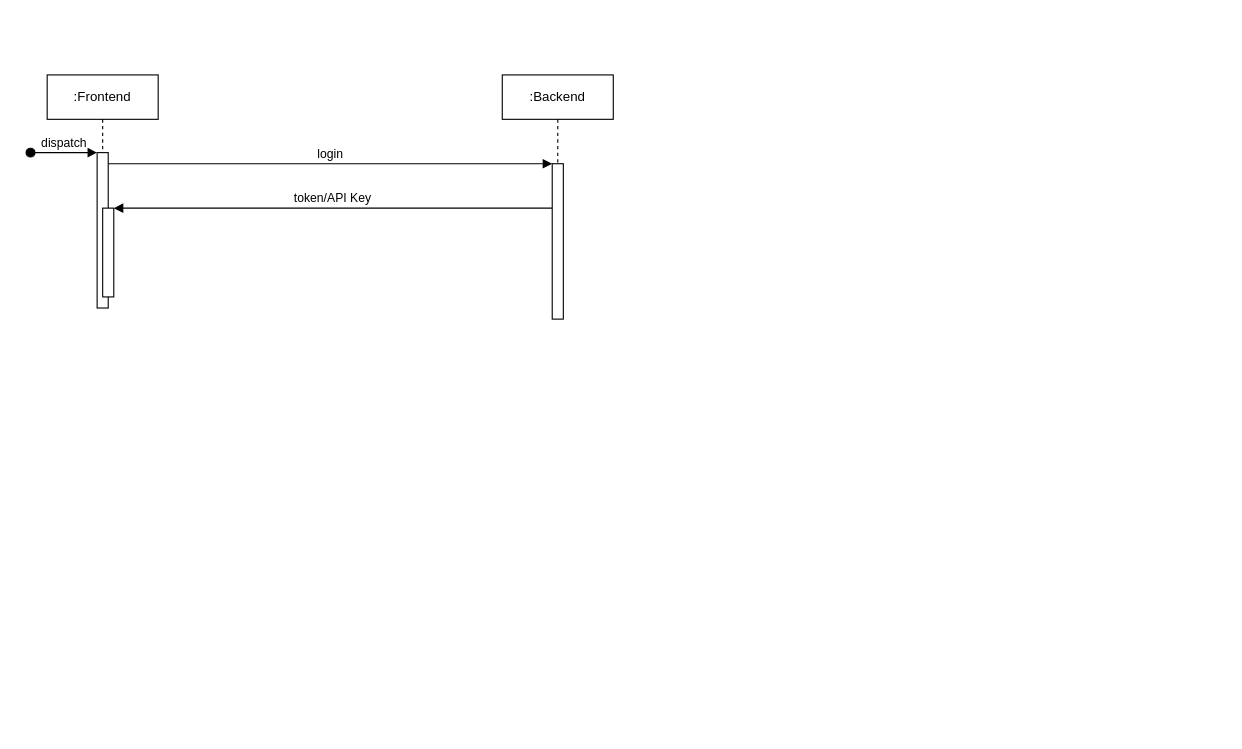
The draw.io diagram public/Untitled Diagram.drawio in davydocsurg/onemart, before the edit. Source tidied: cells renumbered, new cells numbered last; positions are measured from the earlier drawing's top-left corner, leaving out a move shared by most shapes. Both pictures are drawn from the tidied source at 111%, with x=0, y=0 at pixel (30, 74).
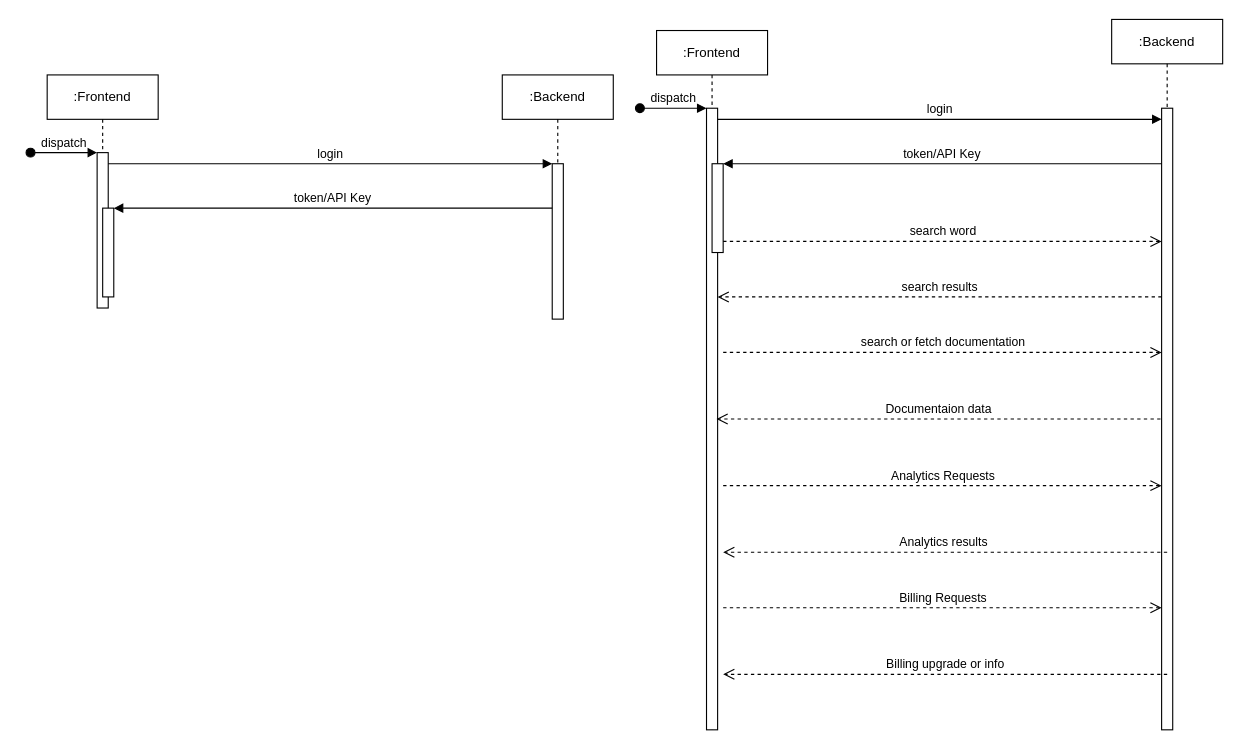
After the change.

Diff of the diagram source:
```diff
@@
+    <mxCell id="10" value=":Frontend" style="shape=umlLifeline;perimeter=lifelinePerimeter;whiteSpace=wrap;html=1;newEdgeStyle={&quot;edgeStyle&quot;:&quot;elbowEdgeStyle&quot;,&quot;elbow&quot;:&quot;vertical&quot;,&quot;curved&quot;:0,&quot;rounded&quot;:0};" parent="1" vertex="1">
+      <mxGeometry x="564" y="-40" width="100" height="630" as="geometry" />
+    </mxCell>
+    <mxCell id="11" style="html=1;points=[];perimeter=orthogonalPerimeter;outlineConnect=0;targetShapes=umlLifeline;portConstraint=eastwest;newEdgeStyle={&quot;edgeStyle&quot;:&quot;elbowEdgeStyle&quot;,&quot;elbow&quot;:&quot;vertical&quot;,&quot;curved&quot;:0,&quot;rounded&quot;:0};" parent="10" vertex="1">
+      <mxGeometry x="45" y="70" width="10" height="560" as="geometry" />
+    </mxCell>
+    <mxCell id="12" value="dispatch" style="html=1;verticalAlign=bottom;startArrow=oval;endArrow=block;startSize=8;edgeStyle=elbowEdgeStyle;elbow=vertical;curved=0;rounded=0;" parent="10" edge="1" target="11">
+      <mxGeometry relative="1" as="geometry">
+        <mxPoint x="-15" y="70" as="sourcePoint" />
+      </mxGeometry>
+    </mxCell>
+    <mxCell id="13" style="html=1;points=[];perimeter=orthogonalPerimeter;outlineConnect=0;targetShapes=umlLifeline;portConstraint=eastwest;newEdgeStyle={&quot;edgeStyle&quot;:&quot;elbowEdgeStyle&quot;,&quot;elbow&quot;:&quot;vertical&quot;,&quot;curved&quot;:0,&quot;rounded&quot;:0};" parent="10" vertex="1">
+      <mxGeometry x="50" y="120" width="10" height="80" as="geometry" />
+    </mxCell>
+    <mxCell id="14" value=":Backend" style="shape=umlLifeline;perimeter=lifelinePerimeter;whiteSpace=wrap;html=1;newEdgeStyle={&quot;edgeStyle&quot;:&quot;elbowEdgeStyle&quot;,&quot;elbow&quot;:&quot;vertical&quot;,&quot;curved&quot;:0,&quot;rounded&quot;:0};" parent="1" vertex="1">
+      <mxGeometry x="974" y="-50" width="100" height="640" as="geometry" />
+    </mxCell>
+    <mxCell id="15" style="html=1;points=[];perimeter=orthogonalPerimeter;outlineConnect=0;targetShapes=umlLifeline;portConstraint=eastwest;newEdgeStyle={&quot;edgeStyle&quot;:&quot;elbowEdgeStyle&quot;,&quot;elbow&quot;:&quot;vertical&quot;,&quot;curved&quot;:0,&quot;rounded&quot;:0};" parent="14" vertex="1">
+      <mxGeometry x="45" y="80" width="10" height="560" as="geometry" />
+    </mxCell>
+    <mxCell id="16" value="login" style="html=1;verticalAlign=bottom;endArrow=block;edgeStyle=elbowEdgeStyle;elbow=vertical;curved=0;rounded=0;" parent="1" edge="1" source="11" target="15">
+      <mxGeometry relative="1" as="geometry">
+        <Array as="points">
+          <mxPoint x="704" y="40" />
+        </Array>
+      </mxGeometry>
+    </mxCell>
+    <mxCell id="17" value="search results" style="html=1;verticalAlign=bottom;endArrow=open;dashed=1;endSize=8;edgeStyle=elbowEdgeStyle;elbow=vertical;curved=0;rounded=0;" parent="1" edge="1" source="15" target="11">
+      <mxGeometry relative="1" as="geometry">
+        <Array as="points">
+          <mxPoint x="714" y="200" />
+        </Array>
+      </mxGeometry>
+    </mxCell>
+    <mxCell id="18" value="token/API Key" style="html=1;verticalAlign=bottom;endArrow=block;edgeStyle=elbowEdgeStyle;elbow=horizontal;curved=0;rounded=0;" parent="1" edge="1" source="15" target="13">
+      <mxGeometry relative="1" as="geometry">
+        <Array as="points">
+          <mxPoint x="714" y="80" />
+        </Array>
+      </mxGeometry>
+    </mxCell>
+    <mxCell id="19" value="search word" style="html=1;verticalAlign=bottom;endArrow=open;dashed=1;endSize=8;edgeStyle=elbowEdgeStyle;elbow=vertical;curved=0;rounded=0;" parent="1" edge="1" source="13" target="15">
+      <mxGeometry relative="1" as="geometry">
+        <Array as="points">
+          <mxPoint x="704" y="150" />
+        </Array>
+      </mxGeometry>
+    </mxCell>
+    <mxCell id="20" value="search or fetch documentation" style="html=1;verticalAlign=bottom;endArrow=open;dashed=1;endSize=8;edgeStyle=elbowEdgeStyle;elbow=vertical;curved=0;rounded=0;" parent="1" edge="1">
+      <mxGeometry relative="1" as="geometry">
+        <mxPoint x="624" y="250" as="sourcePoint" />
+        <mxPoint x="1019" y="250" as="targetPoint" />
+        <Array as="points">
+          <mxPoint x="704" y="250" />
+        </Array>
+      </mxGeometry>
+    </mxCell>
+    <mxCell id="21" value="Documentaion data" style="html=1;verticalAlign=bottom;endArrow=open;dashed=1;endSize=8;edgeStyle=elbowEdgeStyle;elbow=vertical;curved=0;rounded=0;" parent="1" edge="1">
+      <mxGeometry relative="1" as="geometry">
+        <mxPoint x="1018" y="310" as="sourcePoint" />
+        <mxPoint x="618" y="310" as="targetPoint" />
+        <Array as="points">
+          <mxPoint x="713" y="310" />
+        </Array>
+      </mxGeometry>
+    </mxCell>
+    <mxCell id="22" value="Analytics Requests" style="html=1;verticalAlign=bottom;endArrow=open;dashed=1;endSize=8;edgeStyle=elbowEdgeStyle;elbow=vertical;curved=0;rounded=0;" parent="1" edge="1">
+      <mxGeometry relative="1" as="geometry">
+        <mxPoint x="624" y="370" as="sourcePoint" />
+        <mxPoint x="1019" y="370" as="targetPoint" />
+        <Array as="points">
+          <mxPoint x="704" y="370" />
+        </Array>
+      </mxGeometry>
+    </mxCell>
+    <mxCell id="23" value="Analytics results&amp;nbsp;" style="html=1;verticalAlign=bottom;endArrow=open;dashed=1;endSize=8;edgeStyle=elbowEdgeStyle;elbow=vertical;curved=0;rounded=0;" parent="1" edge="1">
+      <mxGeometry relative="1" as="geometry">
+        <mxPoint x="1024" y="430" as="sourcePoint" />
+        <mxPoint x="624" y="430" as="targetPoint" />
+        <Array as="points">
+          <mxPoint x="719" y="430" />
+        </Array>
+      </mxGeometry>
+    </mxCell>
+    <mxCell id="24" value="Billing Requests" style="html=1;verticalAlign=bottom;endArrow=open;dashed=1;endSize=8;edgeStyle=elbowEdgeStyle;elbow=vertical;curved=0;rounded=0;" parent="1" edge="1">
+      <mxGeometry relative="1" as="geometry">
+        <mxPoint x="624" y="480" as="sourcePoint" />
+        <mxPoint x="1019" y="480" as="targetPoint" />
+        <Array as="points">
+          <mxPoint x="704" y="480" />
+        </Array>
+      </mxGeometry>
+    </mxCell>
+    <mxCell id="25" value="Billing upgrade or info" style="html=1;verticalAlign=bottom;endArrow=open;dashed=1;endSize=8;edgeStyle=elbowEdgeStyle;elbow=vertical;curved=0;rounded=0;" parent="1" edge="1">
+      <mxGeometry relative="1" as="geometry">
+        <mxPoint x="1024" y="540" as="sourcePoint" />
+        <mxPoint x="624" y="540" as="targetPoint" />
+        <Array as="points">
+          <mxPoint x="719" y="540" />
+        </Array>
+      </mxGeometry>
+    </mxCell>
```
